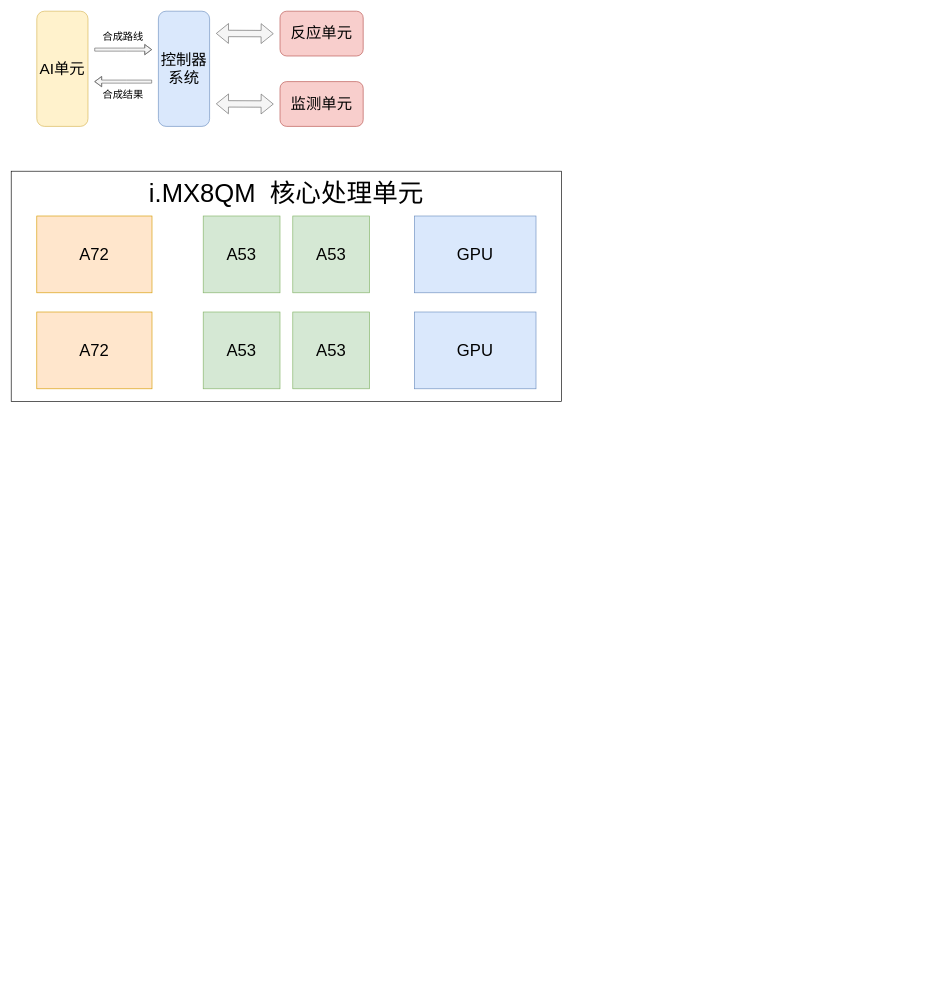
madao101/draw keeps this draw.io diagram as 第三章绘图.drawio. Above is the earlier version. Source tidied: cells renumbered, new cells numbered last; positions are measured from the earlier drawing's top-left corner, leaving out a move shared by most shapes. Both pictures are drawn from the tidied source at 64%, with x=0, y=0 at pixel (11, 11).
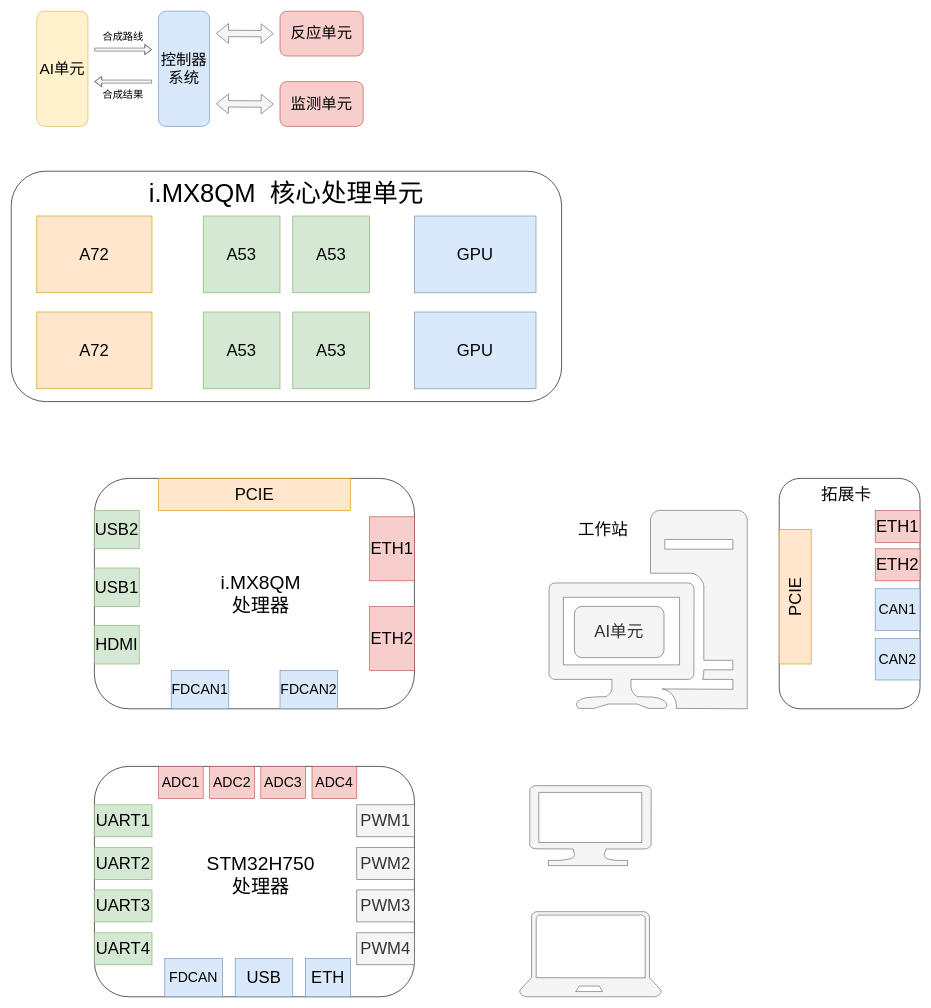
The same page after the edit.

Commit message:
更新第三章绘图.drawio

Change to the diagram source:
```diff
@@
-    <mxCell id="12" style="rounded=0;whiteSpace=wrap;html=1;" parent="1" vertex="1">
+    <mxCell id="12" style="rounded=1;whiteSpace=wrap;html=1;" parent="1" vertex="1">
       <mxGeometry y="250" width="860" height="360" as="geometry" />
     </mxCell>
@@
+    <mxCell id="22" style="rounded=1;whiteSpace=wrap;html=1;shadow=0;" parent="1" vertex="1">
+      <mxGeometry x="130" y="730" width="500" height="360" as="geometry" />
+    </mxCell>
+    <mxCell id="23" value="&lt;font style=&quot;font-size: 26px;&quot;&gt;PCIE&lt;/font&gt;" style="rounded=0;whiteSpace=wrap;html=1;fillColor=#ffe6cc;strokeColor=#d79b00;" parent="1" vertex="1">
+      <mxGeometry x="230" y="730" width="300" height="50" as="geometry" />
+    </mxCell>
+    <mxCell id="24" value="&lt;font style=&quot;font-size: 26px;&quot;&gt;HDMI&lt;/font&gt;" style="rounded=0;whiteSpace=wrap;html=1;fillColor=#d5e8d4;strokeColor=#82b366;" parent="1" vertex="1">
+      <mxGeometry x="130" y="960" width="70" height="60" as="geometry" />
+    </mxCell>
+    <mxCell id="25" value="i.MX8QM&lt;div&gt;处理器&lt;/div&gt;" style="text;strokeColor=none;align=center;fillColor=none;html=1;verticalAlign=middle;whiteSpace=wrap;rounded=0;fontSize=30;" parent="1" vertex="1">
+      <mxGeometry x="300" y="860" width="180" height="100" as="geometry" />
+    </mxCell>
+    <mxCell id="26" value="&lt;font style=&quot;font-size: 26px;&quot;&gt;ETH1&lt;/font&gt;" style="rounded=0;whiteSpace=wrap;html=1;fillColor=#f8cecc;strokeColor=#b85450;" parent="1" vertex="1">
+      <mxGeometry x="560" y="790" width="70" height="100" as="geometry" />
+    </mxCell>
+    <mxCell id="27" value="&lt;font style=&quot;font-size: 26px;&quot;&gt;ETH2&lt;/font&gt;" style="rounded=0;whiteSpace=wrap;html=1;fillColor=#f8cecc;strokeColor=#b85450;" parent="1" vertex="1">
+      <mxGeometry x="560" y="930" width="70" height="100" as="geometry" />
+    </mxCell>
+    <mxCell id="28" value="&lt;font style=&quot;font-size: 26px;&quot;&gt;USB1&lt;/font&gt;" style="rounded=0;whiteSpace=wrap;html=1;fillColor=#d5e8d4;strokeColor=#82b366;" parent="1" vertex="1">
+      <mxGeometry x="130" y="870" width="70" height="60" as="geometry" />
+    </mxCell>
+    <mxCell id="29" value="&lt;font style=&quot;font-size: 26px;&quot;&gt;USB2&lt;/font&gt;" style="rounded=0;whiteSpace=wrap;html=1;fillColor=#d5e8d4;strokeColor=#82b366;" parent="1" vertex="1">
+      <mxGeometry x="130" y="780" width="70" height="60" as="geometry" />
+    </mxCell>
+    <mxCell id="30" value="&lt;font&gt;FDCAN1&lt;/font&gt;" style="rounded=0;whiteSpace=wrap;html=1;fillColor=#dae8fc;strokeColor=#6c8ebf;gradientColor=none;fontSize=22;" parent="1" vertex="1">
+      <mxGeometry x="250" y="1030" width="90" height="60" as="geometry" />
+    </mxCell>
+    <mxCell id="31" value="&lt;font&gt;FDCAN2&lt;/font&gt;" style="rounded=0;whiteSpace=wrap;html=1;fillColor=#dae8fc;strokeColor=#6c8ebf;fontSize=22;" parent="1" vertex="1">
+      <mxGeometry x="420" y="1030" width="90" height="60" as="geometry" />
+    </mxCell>
+    <mxCell id="32" style="rounded=1;whiteSpace=wrap;html=1;shadow=0;" parent="1" vertex="1">
+      <mxGeometry x="130" y="1180" width="500" height="360" as="geometry" />
+    </mxCell>
+    <mxCell id="33" value="&lt;font style=&quot;font-size: 26px;&quot;&gt;UART1&lt;/font&gt;" style="rounded=0;whiteSpace=wrap;html=1;fillColor=#d5e8d4;strokeColor=#82b366;" parent="1" vertex="1">
+      <mxGeometry x="130" y="1240" width="90" height="50" as="geometry" />
+    </mxCell>
+    <mxCell id="34" value="&lt;div&gt;STM32H750处理器&lt;/div&gt;" style="text;strokeColor=none;align=center;fillColor=none;html=1;verticalAlign=middle;whiteSpace=wrap;rounded=0;fontSize=30;" parent="1" vertex="1">
+      <mxGeometry x="300" y="1300" width="180" height="100" as="geometry" />
+    </mxCell>
+    <mxCell id="35" value="&lt;font style=&quot;font-size: 26px;&quot;&gt;ETH&lt;/font&gt;" style="rounded=0;whiteSpace=wrap;html=1;fillColor=#dae8fc;strokeColor=#6c8ebf;" parent="1" vertex="1">
+      <mxGeometry x="460" y="1480" width="70" height="60" as="geometry" />
+    </mxCell>
+    <mxCell id="36" value="&lt;font style=&quot;font-size: 26px;&quot;&gt;USB&lt;/font&gt;" style="rounded=0;whiteSpace=wrap;html=1;fillColor=#dae8fc;strokeColor=#6c8ebf;" parent="1" vertex="1">
+      <mxGeometry x="350" y="1480" width="90" height="60" as="geometry" />
+    </mxCell>
+    <mxCell id="37" value="&lt;font&gt;FDCAN&lt;/font&gt;" style="rounded=0;whiteSpace=wrap;html=1;fillColor=#dae8fc;strokeColor=#6c8ebf;gradientColor=none;fontSize=22;" parent="1" vertex="1">
+      <mxGeometry x="240" y="1480" width="90" height="60" as="geometry" />
+    </mxCell>
+    <mxCell id="38" value="&lt;font style=&quot;font-size: 26px;&quot;&gt;UART2&lt;/font&gt;" style="rounded=0;whiteSpace=wrap;html=1;fillColor=#d5e8d4;strokeColor=#82b366;" parent="1" vertex="1">
+      <mxGeometry x="130" y="1307" width="90" height="50" as="geometry" />
+    </mxCell>
+    <mxCell id="39" value="&lt;font style=&quot;font-size: 26px;&quot;&gt;UART3&lt;/font&gt;" style="rounded=0;whiteSpace=wrap;html=1;fillColor=#d5e8d4;strokeColor=#82b366;" parent="1" vertex="1">
+      <mxGeometry x="130" y="1373" width="90" height="50" as="geometry" />
+    </mxCell>
+    <mxCell id="40" value="&lt;font style=&quot;font-size: 26px;&quot;&gt;UART4&lt;/font&gt;" style="rounded=0;whiteSpace=wrap;html=1;fillColor=#d5e8d4;strokeColor=#82b366;" parent="1" vertex="1">
+      <mxGeometry x="130" y="1440" width="90" height="50" as="geometry" />
+    </mxCell>
+    <mxCell id="41" value="&lt;span style=&quot;font-size: 26px;&quot;&gt;PWM1&lt;/span&gt;" style="rounded=0;whiteSpace=wrap;html=1;fillColor=#f5f5f5;strokeColor=#666666;fontColor=#333333;" parent="1" vertex="1">
+      <mxGeometry x="540" y="1240" width="90" height="50" as="geometry" />
+    </mxCell>
+    <mxCell id="42" value="&lt;span style=&quot;font-size: 26px;&quot;&gt;PWM2&lt;/span&gt;" style="rounded=0;whiteSpace=wrap;html=1;fillColor=#f5f5f5;strokeColor=#666666;fontColor=#333333;" parent="1" vertex="1">
+      <mxGeometry x="540" y="1307" width="90" height="50" as="geometry" />
+    </mxCell>
+    <mxCell id="43" value="&lt;span style=&quot;font-size: 26px;&quot;&gt;PWM3&lt;/span&gt;" style="rounded=0;whiteSpace=wrap;html=1;fillColor=#f5f5f5;strokeColor=#666666;fontColor=#333333;" parent="1" vertex="1">
+      <mxGeometry x="540" y="1373" width="90" height="50" as="geometry" />
+    </mxCell>
+    <mxCell id="44" value="&lt;font style=&quot;font-size: 26px;&quot;&gt;PWM4&lt;/font&gt;" style="rounded=0;whiteSpace=wrap;html=1;fillColor=#f5f5f5;strokeColor=#666666;fontColor=#333333;" parent="1" vertex="1">
+      <mxGeometry x="540" y="1440" width="90" height="50" as="geometry" />
+    </mxCell>
+    <mxCell id="45" value="&lt;font&gt;ADC1&lt;/font&gt;" style="rounded=0;whiteSpace=wrap;html=1;fillColor=#f8cecc;strokeColor=#b85450;fontSize=22;" parent="1" vertex="1">
+      <mxGeometry x="230" y="1180" width="70" height="50" as="geometry" />
+    </mxCell>
+    <mxCell id="46" value="&lt;font&gt;ADC2&lt;/font&gt;" style="rounded=0;whiteSpace=wrap;html=1;fillColor=#f8cecc;strokeColor=#b85450;fontSize=22;" parent="1" vertex="1">
+      <mxGeometry x="310" y="1180" width="70" height="50" as="geometry" />
+    </mxCell>
+    <mxCell id="47" value="&lt;font&gt;ADC3&lt;/font&gt;" style="rounded=0;whiteSpace=wrap;html=1;fillColor=#f8cecc;strokeColor=#b85450;fontSize=22;" parent="1" vertex="1">
+      <mxGeometry x="390" y="1180" width="70" height="50" as="geometry" />
+    </mxCell>
+    <mxCell id="48" value="&lt;font&gt;ADC4&lt;/font&gt;" style="rounded=0;whiteSpace=wrap;html=1;fillColor=#f8cecc;strokeColor=#b85450;fontSize=22;" parent="1" vertex="1">
+      <mxGeometry x="470" y="1180" width="70" height="50" as="geometry" />
+    </mxCell>
+    <mxCell id="49" style="sketch=0;shadow=0;dashed=0;html=1;strokeColor=#666666;labelPosition=center;verticalLabelPosition=bottom;verticalAlign=top;align=center;fillColor=#f5f5f5;shape=mxgraph.mscae.enterprise.workstation_client;fontColor=#333333;flipH=1;" parent="1" vertex="1">
+      <mxGeometry x="840" y="780" width="310" height="310" as="geometry" />
+    </mxCell>
+    <mxCell id="50" style="rounded=1;whiteSpace=wrap;html=1;shadow=0;" parent="1" vertex="1">
+      <mxGeometry x="1200" y="730" width="220" height="360" as="geometry" />
+    </mxCell>
+    <mxCell id="51" value="&lt;font style=&quot;font-size: 26px;&quot;&gt;PCIE&lt;/font&gt;" style="rounded=0;whiteSpace=wrap;html=1;fillColor=#ffe6cc;strokeColor=#d79b00;rotation=-90;" parent="1" vertex="1">
+      <mxGeometry x="1120" y="890" width="210" height="50" as="geometry" />
+    </mxCell>
+    <mxCell id="52" value="拓展卡" style="text;strokeColor=none;align=center;fillColor=none;html=1;verticalAlign=middle;whiteSpace=wrap;rounded=0;fontSize=26;" parent="1" vertex="1">
+      <mxGeometry x="1210" y="735" width="190" height="40" as="geometry" />
+    </mxCell>
+    <mxCell id="53" value="&lt;font style=&quot;font-size: 26px;&quot;&gt;ETH1&lt;/font&gt;" style="rounded=0;whiteSpace=wrap;html=1;fillColor=#f8cecc;strokeColor=#b85450;" parent="1" vertex="1">
+      <mxGeometry x="1350" y="780" width="70" height="50" as="geometry" />
+    </mxCell>
+    <mxCell id="54" value="&lt;font style=&quot;font-size: 26px;&quot;&gt;ETH2&lt;/font&gt;" style="rounded=0;whiteSpace=wrap;html=1;fillColor=#f8cecc;strokeColor=#b85450;" parent="1" vertex="1">
+      <mxGeometry x="1350" y="840" width="70" height="50" as="geometry" />
+    </mxCell>
+    <mxCell id="55" value="CAN1" style="rounded=0;whiteSpace=wrap;html=1;fillColor=#dae8fc;strokeColor=#6c8ebf;gradientColor=none;fontSize=22;" parent="1" vertex="1">
+      <mxGeometry x="1350" y="902.5" width="70" height="65" as="geometry" />
+    </mxCell>
+    <mxCell id="56" style="verticalLabelPosition=bottom;html=1;verticalAlign=top;align=center;strokeColor=#666666;fillColor=#f5f5f5;shape=mxgraph.azure.computer;fontColor=#333333;" parent="1" vertex="1">
+      <mxGeometry x="810" y="1210" width="190" height="125" as="geometry" />
+    </mxCell>
+    <mxCell id="57" style="sketch=0;shadow=0;dashed=0;html=1;strokeColor=#666666;labelPosition=center;verticalLabelPosition=bottom;verticalAlign=top;align=center;fillColor=#f5f5f5;shape=mxgraph.azure.laptop;fontColor=#333333;" parent="1" vertex="1">
+      <mxGeometry x="794.2" y="1407" width="221.7" height="133" as="geometry" />
+    </mxCell>
+    <mxCell id="58" value="工作站" style="text;strokeColor=none;align=center;fillColor=none;html=1;verticalAlign=middle;whiteSpace=wrap;rounded=0;fontSize=26;" parent="1" vertex="1">
+      <mxGeometry x="830" y="790" width="190" height="40" as="geometry" />
+    </mxCell>
+    <mxCell id="59" value="&lt;font style=&quot;font-size: 26px;&quot;&gt;AI单元&lt;/font&gt;" style="rounded=1;whiteSpace=wrap;html=1;fillColor=#f5f5f5;strokeColor=#666666;fontColor=#333333;" parent="1" vertex="1">
+      <mxGeometry x="880" y="930" width="140" height="80" as="geometry" />
+    </mxCell>
+    <mxCell id="60" value="CAN2" style="rounded=0;whiteSpace=wrap;html=1;fillColor=#dae8fc;strokeColor=#6c8ebf;gradientColor=none;fontSize=22;" parent="1" vertex="1">
+      <mxGeometry x="1350" y="980" width="70" height="65" as="geometry" />
+    </mxCell>
```
